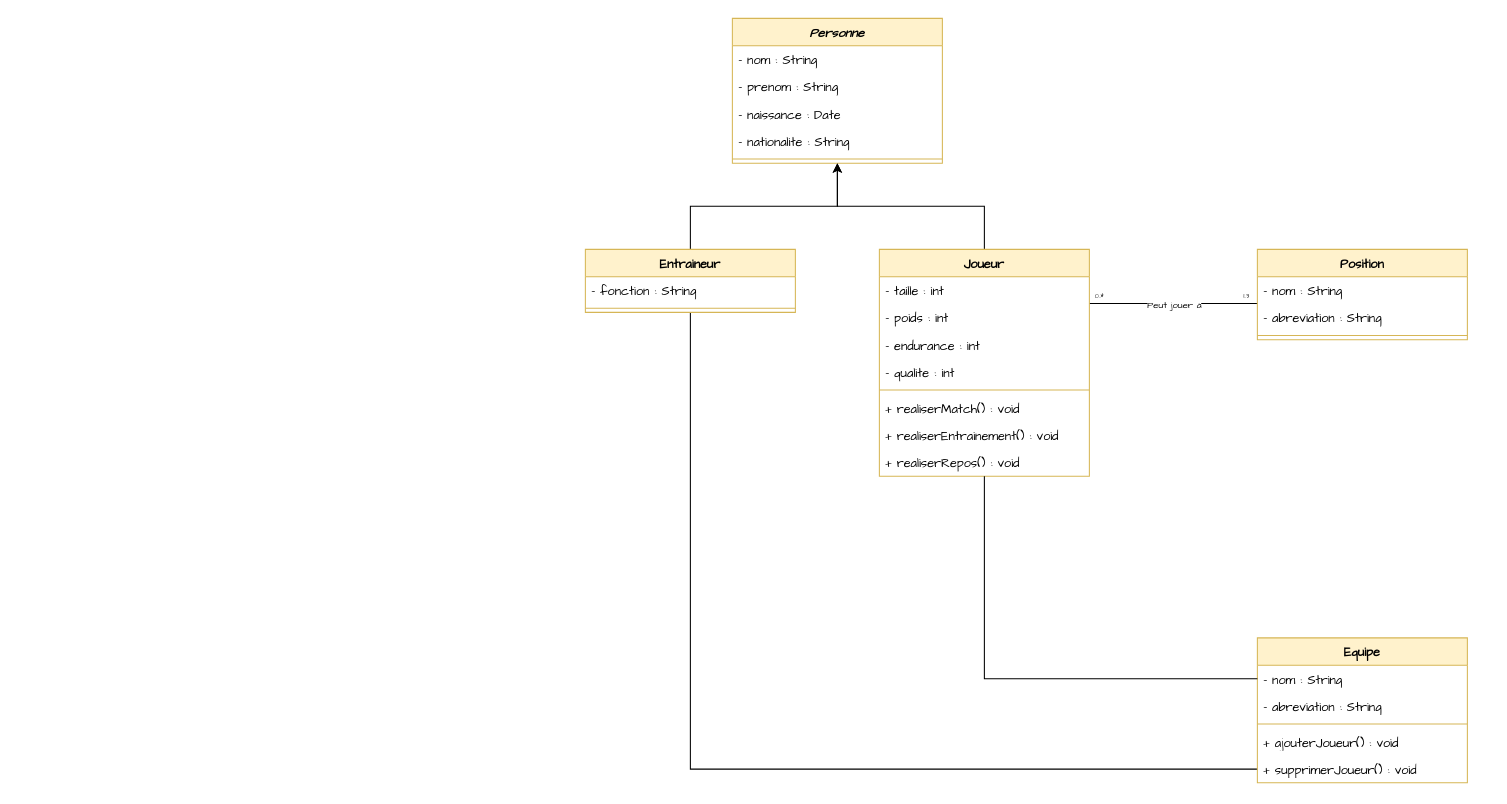
alexandrerahir/PulseCoaching keeps this draw.io diagram as diagramme_classes.drawio. Above is the earlier version. Source tidied: cells renumbered, new cells numbered last; positions are measured from the earlier drawing's top-left corner, leaving out a move shared by most shapes. Both pictures are drawn from the tidied source at 105%, with x=0, y=0 at pixel (585, 18).
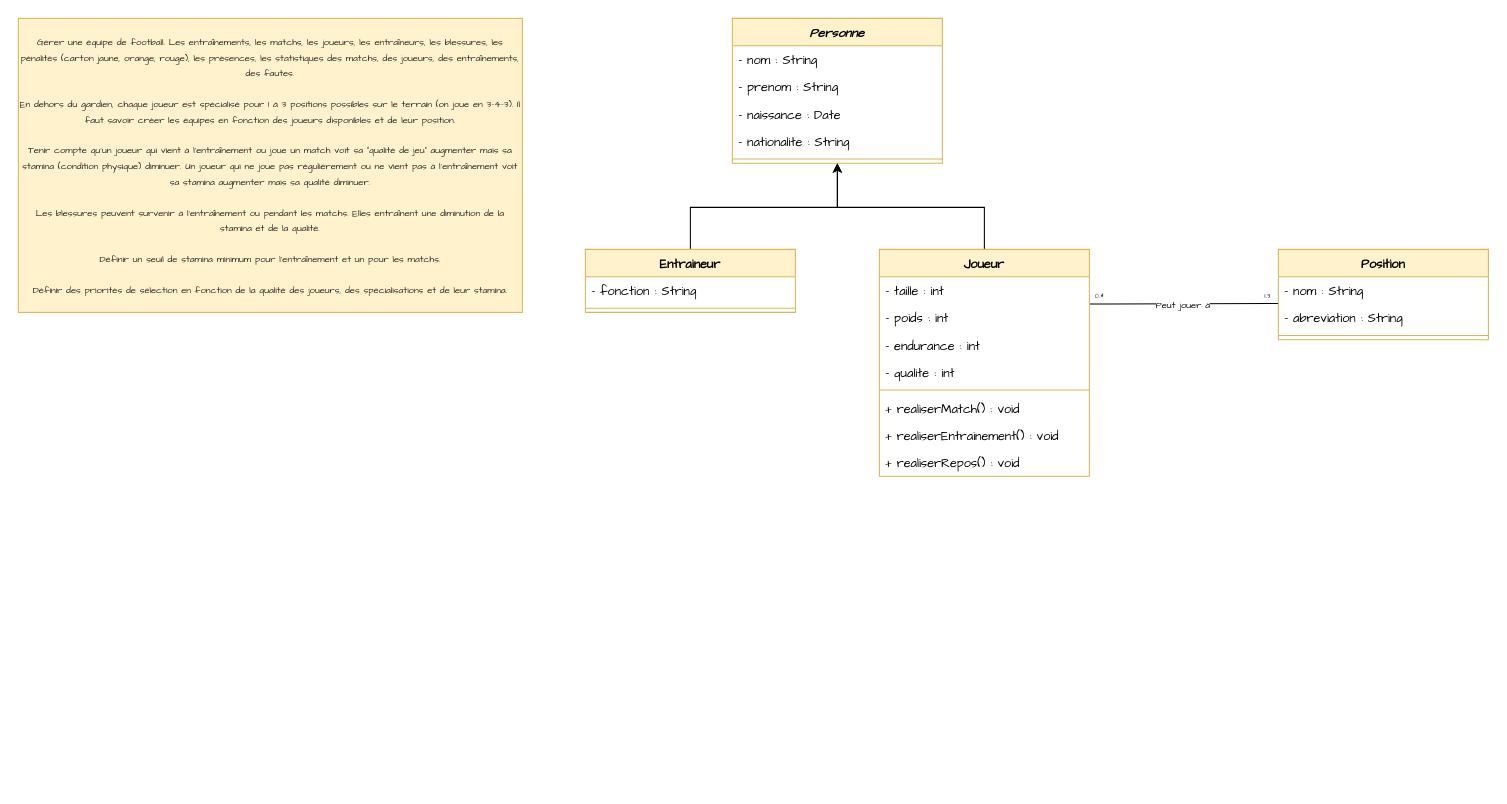
After the change.

Unchanged cells that the change refers to:
```xml
<mxCell id="4" value="&lt;font face=&quot;Comic Sans MS&quot; style=&quot;font-size: 6px;&quot;&gt;0..*&lt;/font&gt;" style="text;html=1;align=center;verticalAlign=middle;whiteSpace=wrap;rounded=0;" parent="1" vertex="1">
  <mxGeometry x="480" y="254" width="20" height="18" as="geometry" />
</mxCell>
<mxCell id="7" value="&lt;font style=&quot;&quot; face=&quot;Comic Sans MS&quot;&gt;Joueur&lt;/font&gt;" style="swimlane;fontStyle=1;align=center;verticalAlign=top;horizontal=1;startSize=26;whiteSpace=wrap;html=1;fillColor=#fff2cc;strokeColor=#d6b656;" parent="1" vertex="1">
  <mxGeometry x="280" y="220" width="200" height="216" as="geometry" />
</mxCell>
<mxCell id="20" value="&lt;font style=&quot;&quot; face=&quot;Comic Sans MS&quot;&gt;&lt;i&gt;Personne&lt;/i&gt;&lt;/font&gt;" style="swimlane;fontStyle=1;align=center;verticalAlign=top;horizontal=1;startSize=26;whiteSpace=wrap;html=1;fillColor=#fff2cc;strokeColor=#d6b656;" parent="1" vertex="1">
  <mxGeometry x="140" width="200" height="138" as="geometry" />
</mxCell>
<mxCell id="28" value="&lt;font style=&quot;&quot; face=&quot;Comic Sans MS&quot;&gt;Entraineur&lt;/font&gt;" style="swimlane;fontStyle=1;align=center;verticalAlign=top;horizontal=1;startSize=26;whiteSpace=wrap;html=1;fillColor=#fff2cc;strokeColor=#d6b656;" parent="1" vertex="1">
  <mxGeometry y="220" width="200" height="60" as="geometry" />
</mxCell>
```

Diff of the diagram source:
```diff
@@
-    <mxCell id="2" style="edgeStyle=orthogonalEdgeStyle;rounded=0;orthogonalLoop=1;jettySize=auto;html=1;entryX=1;entryY=0;entryDx=0;entryDy=0;endArrow=none;startFill=0;" parent="1" edge="1">
+    <mxCell id="2" style="edgeStyle=orthogonalEdgeStyle;rounded=0;jettySize=auto;html=1;entryX=1;entryY=0;entryDx=0;entryDy=0;endArrow=none;startFill=0;exitX=0;exitY=1;exitDx=0;exitDy=0;" parent="1" edge="1" source="4">
       <mxGeometry relative="1" as="geometry">
-        <mxPoint x="480" y="271.5" as="sourcePoint" />
-        <mxPoint x="640" y="271.5" as="targetPoint" />
+        <mxPoint x="660" y="271.5" as="targetPoint" />
         <Array as="points">
-          <mxPoint x="480" y="271.5" />
+          <mxPoint x="500" y="272" />
         </Array>
       </mxGeometry>
     </mxCell>
@@
     <mxCell id="5" value="&lt;font face=&quot;Comic Sans MS&quot; style=&quot;font-size: 6px;&quot;&gt;1..3&lt;/font&gt;" style="text;html=1;align=center;verticalAlign=middle;whiteSpace=wrap;rounded=0;" parent="1" vertex="1">
-      <mxGeometry x="620" y="254" width="20" height="18" as="geometry" />
+      <mxGeometry x="640" y="254" width="20" height="18" as="geometry" />
     </mxCell>
     <mxCell id="6" style="edgeStyle=orthogonalEdgeStyle;rounded=0;jettySize=auto;html=1;entryX=0.5;entryY=1;entryDx=0;entryDy=0;" parent="1" edge="1" source="7" target="20">
-      <mxGeometry relative="1" as="geometry" />
+      <mxGeometry relative="1" as="geometry">
+        <Array as="points">
+          <mxPoint x="380" y="180" />
+          <mxPoint x="240" y="180" />
+        </Array>
+      </mxGeometry>
     </mxCell>
@@
     <mxCell id="16" value="&lt;font style=&quot;&quot; face=&quot;Comic Sans MS&quot;&gt;Position&lt;/font&gt;" style="swimlane;fontStyle=1;align=center;verticalAlign=top;horizontal=1;startSize=26;whiteSpace=wrap;html=1;fillColor=#fff2cc;strokeColor=#d6b656;" parent="1" vertex="1">
-      <mxGeometry x="640" y="220" width="200" height="86" as="geometry" />
+      <mxGeometry x="660" y="220" width="200" height="86" as="geometry" />
     </mxCell>
@@
     <mxCell id="26" style="edgeStyle=orthogonalEdgeStyle;rounded=0;jettySize=auto;html=1;exitX=0.5;exitY=0;exitDx=0;exitDy=0;entryX=0.5;entryY=1;entryDx=0;entryDy=0;" parent="1" edge="1" source="28" target="20">
-      <mxGeometry relative="1" as="geometry" />
+      <mxGeometry relative="1" as="geometry">
+        <Array as="points">
+          <mxPoint x="100" y="180" />
+          <mxPoint x="240" y="180" />
+        </Array>
+      </mxGeometry>
     </mxCell>
-    <mxCell id="27" style="edgeStyle=orthogonalEdgeStyle;rounded=0;jettySize=auto;html=1;entryX=0;entryY=0.5;entryDx=0;entryDy=0;endArrow=none;startFill=0;" parent="1" edge="1" source="28" target="36">
-      <mxGeometry relative="1" as="geometry" />
-    </mxCell>
@@
-    <mxCell id="31" value="&lt;font style=&quot;&quot; face=&quot;Comic Sans MS&quot;&gt;Equipe&lt;/font&gt;" style="swimlane;fontStyle=1;align=center;verticalAlign=top;horizontal=1;startSize=26;whiteSpace=wrap;html=1;fillColor=#fff2cc;strokeColor=#d6b656;" parent="1" vertex="1">
-      <mxGeometry x="640" y="590" width="200" height="138" as="geometry" />
-    </mxCell>
-    <mxCell id="32" value="&lt;font style=&quot;&quot; face=&quot;Comic Sans MS&quot;&gt;- nom : String&lt;/font&gt;" style="text;strokeColor=none;fillColor=none;align=left;verticalAlign=top;spacingLeft=4;spacingRight=4;overflow=hidden;points=[[0,0.5],[1,0.5]];portConstraint=eastwest;whiteSpace=wrap;html=1;" parent="31" vertex="1">
-      <mxGeometry y="26" width="200" height="26" as="geometry" />
-    </mxCell>
-    <mxCell id="33" value="&lt;font style=&quot;&quot; face=&quot;Comic Sans MS&quot;&gt;- abreviation : String&lt;/font&gt;" style="text;strokeColor=none;fillColor=none;align=left;verticalAlign=top;spacingLeft=4;spacingRight=4;overflow=hidden;whiteSpace=wrap;html=1;" parent="31" vertex="1">
-      <mxGeometry y="52" width="200" height="26" as="geometry" />
-    </mxCell>
-    <mxCell id="34" style="line;strokeWidth=1;fillColor=none;align=left;verticalAlign=middle;spacingTop=-1;spacingLeft=3;spacingRight=3;labelPosition=right;strokeColor=inherit;" parent="31" vertex="1">
-      <mxGeometry y="78" width="200" height="8" as="geometry" />
-    </mxCell>
-    <mxCell id="35" value="&lt;font face=&quot;Comic Sans MS&quot;&gt;+ ajouterJoueur() : void&lt;/font&gt;" style="text;strokeColor=none;fillColor=none;align=left;verticalAlign=top;spacingLeft=4;spacingRight=4;overflow=hidden;whiteSpace=wrap;html=1;" parent="31" vertex="1">
-      <mxGeometry y="86" width="200" height="26" as="geometry" />
-    </mxCell>
-    <mxCell id="36" value="&lt;font face=&quot;Comic Sans MS&quot;&gt;+ supprimerJoueur() : void&lt;/font&gt;" style="text;strokeColor=none;fillColor=none;align=left;verticalAlign=top;spacingLeft=4;spacingRight=4;overflow=hidden;points=[[0,0.5],[1,0.5]];portConstraint=eastwest;whiteSpace=wrap;html=1;" parent="31" vertex="1">
-      <mxGeometry y="112" width="200" height="26" as="geometry" />
-    </mxCell>
-    <mxCell id="37" style="edgeStyle=orthogonalEdgeStyle;rounded=0;jettySize=auto;html=1;endArrow=none;startFill=0;entryX=0;entryY=0.5;entryDx=0;entryDy=0;exitX=0.5;exitY=1;exitDx=0;exitDy=0;" parent="1" edge="1" source="7" target="32">
-      <mxGeometry relative="1" as="geometry">
-        <Array as="points">
-          <mxPoint x="380" y="629" />
-        </Array>
-      </mxGeometry>
-    </mxCell>
+    <mxCell id="38" value="&lt;p style=&quot;box-sizing: border-box; margin: 0in; color: rgb(38, 38, 38);&quot; lang=&quot;fr&quot;&gt;&lt;font face=&quot;Comic Sans MS&quot; style=&quot;font-size: 9px;&quot;&gt;Gérer une équipe de football. Les entraînements, les matchs, les joueurs, les entraîneurs, les blessures, les pénalités (carton jaune, orange, rouge), les présences, les statistiques des matchs, des joueurs, des entraînements, des fautes.&lt;/font&gt;&lt;/p&gt;&lt;p style=&quot;box-sizing: border-box; color: rgb(38, 38, 38); margin: 0in;&quot; lang=&quot;fr&quot;&gt;&lt;font face=&quot;Comic Sans MS&quot; style=&quot;font-size: 9px;&quot;&gt;&amp;nbsp;&lt;/font&gt;&lt;/p&gt;&lt;p style=&quot;box-sizing: border-box; color: rgb(38, 38, 38); margin: 0in;&quot; lang=&quot;fr&quot;&gt;&lt;font face=&quot;Comic Sans MS&quot; style=&quot;font-size: 9px;&quot;&gt;En dehors du gardien, chaque joueur est spécialisé pour 1 à 3 positions possibles sur le terrain (on joue en 3-4-3). Il faut savoir créer les équipes en fonction des joueurs disponibles et de leur position.&lt;/font&gt;&lt;/p&gt;&lt;p style=&quot;box-sizing: border-box; color: rgb(38, 38, 38); margin: 0in;&quot; lang=&quot;fr&quot;&gt;&lt;font face=&quot;Comic Sans MS&quot; style=&quot;font-size: 9px;&quot;&gt;&amp;nbsp;&lt;/font&gt;&lt;/p&gt;&lt;p style=&quot;box-sizing: border-box; color: rgb(38, 38, 38); margin: 0in;&quot; lang=&quot;fr&quot;&gt;&lt;font face=&quot;Comic Sans MS&quot; style=&quot;font-size: 9px;&quot;&gt;Tenir compte qu'un joueur qui vient à l'entraînement ou joue un match voit sa &quot;qualité de jeu&quot; augmenter mais sa stamina (condition physique) diminuer. Un joueur qui ne joue pas régulièrement ou ne vient pas à l'entraînement voit sa stamina augmenter mais sa qualité diminuer.&lt;/font&gt;&lt;/p&gt;&lt;p style=&quot;box-sizing: border-box; color: rgb(38, 38, 38); margin: 0in;&quot; lang=&quot;fr&quot;&gt;&lt;font face=&quot;Comic Sans MS&quot; style=&quot;font-size: 9px;&quot;&gt;&amp;nbsp;&lt;/font&gt;&lt;/p&gt;&lt;p style=&quot;box-sizing: border-box; color: rgb(38, 38, 38); margin: 0in;&quot; lang=&quot;fr&quot;&gt;&lt;font face=&quot;Comic Sans MS&quot; style=&quot;font-size: 9px;&quot;&gt;Les blessures peuvent survenir à l'entraînement ou pendant les matchs. Elles entraînent une diminution de la stamina et de la qualité.&lt;/font&gt;&lt;/p&gt;&lt;p style=&quot;box-sizing: border-box; color: rgb(38, 38, 38); margin: 0in;&quot; lang=&quot;fr&quot;&gt;&lt;font face=&quot;Comic Sans MS&quot; style=&quot;font-size: 9px;&quot;&gt;&amp;nbsp;&lt;/font&gt;&lt;/p&gt;&lt;p style=&quot;box-sizing: border-box; color: rgb(38, 38, 38); margin: 0in;&quot; lang=&quot;fr&quot;&gt;&lt;font face=&quot;Comic Sans MS&quot; style=&quot;font-size: 9px;&quot;&gt;Définir un seuil de stamina minimum pour l'entraînement et un pour les matchs.&lt;/font&gt;&lt;/p&gt;&lt;p style=&quot;box-sizing: border-box; color: rgb(38, 38, 38); margin: 0in;&quot; lang=&quot;fr&quot;&gt;&lt;font face=&quot;Comic Sans MS&quot; style=&quot;font-size: 9px;&quot;&gt;&amp;nbsp;&lt;/font&gt;&lt;/p&gt;&lt;p style=&quot;box-sizing: border-box; color: rgb(38, 38, 38); margin: 0in;&quot; lang=&quot;fr&quot;&gt;&lt;font face=&quot;Comic Sans MS&quot; style=&quot;font-size: 9px;&quot;&gt;Définir des priorités de sélection en fonction de la qualité des joueurs, des spécialisations et de leur stamina.&lt;/font&gt;&lt;/p&gt;" style="rounded=0;whiteSpace=wrap;html=1;align=center;fillColor=#fff2cc;strokeColor=#d6b656;labelBackgroundColor=none;" parent="1" vertex="1">
+      <mxGeometry x="-540" width="480" height="280" as="geometry" />
+    </mxCell>
```
